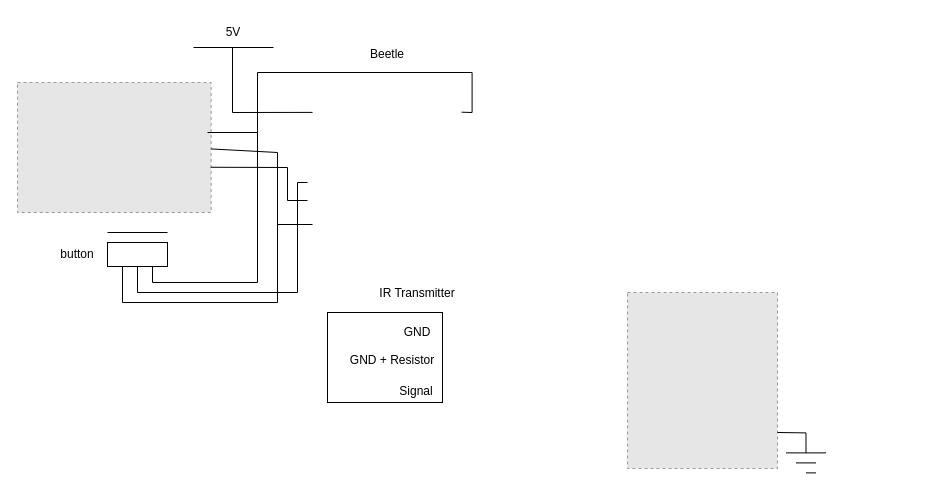
Before: page "figure 3" (3 of 3) of Untitled Diagram.drawio in e0425705/Notes, a draw.io diagram. Source tidied: cells renumbered, new cells numbered last; positions are measured from the earlier drawing's top-left corner, leaving out a move shared by most shapes. Both pictures are drawn from the tidied source at 100%, with x=0, y=0 at pixel (17, 17). Pictures stored in the file or linked from it are replaced by grey dashed boxes.
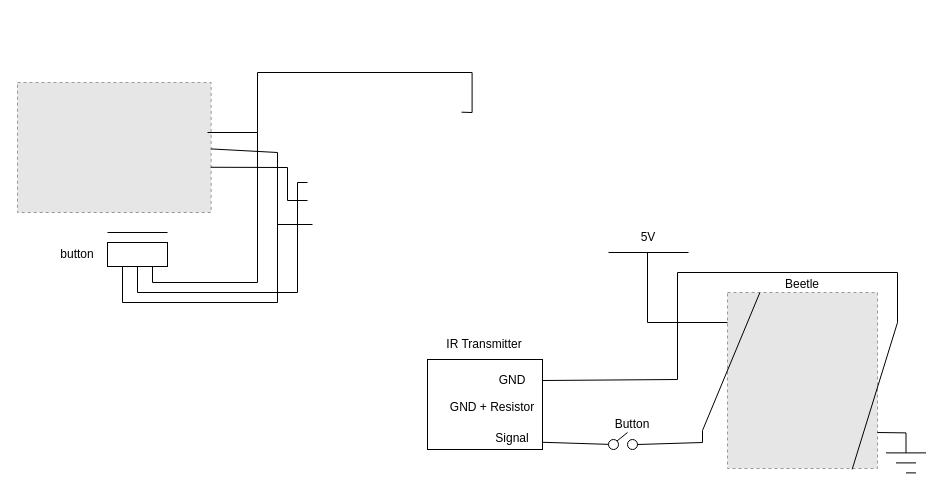
After the change.

What changed in the source:
```diff
@@
     <mxCell id="2" style="fillColor=#E6E6E6;strokeColor=#999999;dashed=1;verticalLabelPosition=bottom;labelBackgroundColor=default;verticalAlign=top;" parent="1" vertex="1">
-      <mxGeometry x="610" y="275" width="150" height="176" as="geometry" />
+      <mxGeometry x="710" y="275" width="150" height="176" as="geometry" />
     </mxCell>
@@
     <mxCell id="4" style="endArrow=none;html=1;rounded=0;" parent="1" edge="1">
       <mxGeometry relative="1" as="geometry">
-        <mxPoint x="176" y="30" as="sourcePoint" />
-        <mxPoint x="256" y="30" as="targetPoint" />
+        <mxPoint x="591" y="235" as="sourcePoint" />
+        <mxPoint x="671" y="235" as="targetPoint" />
       </mxGeometry>
     </mxCell>
-    <mxCell id="5" style="endArrow=none;html=1;rounded=0;exitX=0.83;exitY=0;exitDx=0;exitDy=0;exitPerimeter=0;" parent="1" edge="1">
+    <mxCell id="5" style="endArrow=none;html=1;rounded=0;" parent="1" edge="1">
       <mxGeometry relative="1" as="geometry">
-        <mxPoint x="295" y="94.9" as="sourcePoint" />
-        <mxPoint x="215" y="30" as="targetPoint" />
+        <mxPoint x="710" y="305" as="sourcePoint" />
+        <mxPoint x="630" y="235" as="targetPoint" />
         <Array as="points">
-          <mxPoint x="215" y="95" />
+          <mxPoint x="630" y="305" />
         </Array>
       </mxGeometry>
     </mxCell>
     <mxCell id="6" value="5V" style="text;html=1;strokeColor=none;fillColor=none;align=center;verticalAlign=middle;whiteSpace=wrap;rounded=0;" parent="1" vertex="1">
-      <mxGeometry x="186" width="60" height="30" as="geometry" />
+      <mxGeometry x="601" y="205" width="60" height="30" as="geometry" />
     </mxCell>
@@
     <mxCell id="8" style="endArrow=none;html=1;rounded=0;exitX=0.207;exitY=1.01;exitDx=0;exitDy=0;exitPerimeter=0;" parent="1" edge="1">
       <mxGeometry relative="1" as="geometry">
-        <mxPoint x="760" y="415" as="sourcePoint" />
-        <mxPoint x="788.5" y="435.4" as="targetPoint" />
+        <mxPoint x="860" y="415" as="sourcePoint" />
+        <mxPoint x="888.5" y="435.4" as="targetPoint" />
         <Array as="points">
-          <mxPoint x="788.5" y="415.4" />
+          <mxPoint x="888.5" y="415.4" />
         </Array>
       </mxGeometry>
     </mxCell>
     <mxCell id="9" style="endArrow=none;html=1;rounded=0;" parent="1" edge="1">
       <mxGeometry relative="1" as="geometry">
-        <mxPoint x="768.5" y="435.4" as="sourcePoint" />
-        <mxPoint x="808.5" y="435.4" as="targetPoint" />
+        <mxPoint x="868.5" y="435.4" as="sourcePoint" />
+        <mxPoint x="908.5" y="435.4" as="targetPoint" />
       </mxGeometry>
     </mxCell>
     <mxCell id="10" style="endArrow=none;html=1;rounded=0;" parent="1" edge="1">
       <mxGeometry relative="1" as="geometry">
-        <mxPoint x="778.5" y="445.4" as="sourcePoint" />
-        <mxPoint x="798.5" y="445.4" as="targetPoint" />
+        <mxPoint x="878.5" y="445.4" as="sourcePoint" />
+        <mxPoint x="898.5" y="445.4" as="targetPoint" />
       </mxGeometry>
     </mxCell>
     <mxCell id="11" style="endArrow=none;html=1;rounded=0;" parent="1" edge="1">
       <mxGeometry relative="1" as="geometry">
-        <mxPoint x="788.5" y="455.4" as="sourcePoint" />
-        <mxPoint x="798.5" y="455.4" as="targetPoint" />
+        <mxPoint x="888.5" y="455.4" as="sourcePoint" />
+        <mxPoint x="898.5" y="455.4" as="targetPoint" />
       </mxGeometry>
     </mxCell>
@@
     <mxCell id="20" value="Beetle" style="text;html=1;strokeColor=none;fillColor=none;align=center;verticalAlign=middle;whiteSpace=wrap;rounded=0;" parent="1" vertex="1">
-      <mxGeometry x="340" y="22" width="60" height="30" as="geometry" />
+      <mxGeometry x="755" y="252" width="60" height="30" as="geometry" />
     </mxCell>
     <mxCell id="21" value="IR Transmitter" style="text;html=1;strokeColor=none;fillColor=none;align=center;verticalAlign=middle;whiteSpace=wrap;rounded=0;" parent="1" vertex="1">
-      <mxGeometry x="343" y="261" width="114" height="30" as="geometry" />
+      <mxGeometry x="410" y="312" width="114" height="30" as="geometry" />
     </mxCell>
     <mxCell id="22" style="rounded=0;whiteSpace=wrap;html=1;" parent="1" vertex="1">
-      <mxGeometry x="310" y="295" width="115" height="90" as="geometry" />
+      <mxGeometry x="410" y="342" width="115" height="90" as="geometry" />
     </mxCell>
     <mxCell id="23" value="GND" style="text;html=1;strokeColor=none;fillColor=none;align=center;verticalAlign=middle;whiteSpace=wrap;rounded=0;" parent="1" vertex="1">
-      <mxGeometry x="370" y="300" width="60" height="30" as="geometry" />
+      <mxGeometry x="465" y="348" width="60" height="30" as="geometry" />
     </mxCell>
     <mxCell id="24" value="GND + Resistor" style="text;html=1;strokeColor=none;fillColor=none;align=center;verticalAlign=middle;whiteSpace=wrap;rounded=0;" parent="1" vertex="1">
-      <mxGeometry x="320" y="328" width="110" height="30" as="geometry" />
+      <mxGeometry x="420" y="375" width="110" height="30" as="geometry" />
     </mxCell>
     <mxCell id="25" value="Signal" style="text;html=1;strokeColor=none;fillColor=none;align=center;verticalAlign=middle;whiteSpace=wrap;rounded=0;" parent="1" vertex="1">
-      <mxGeometry x="369" y="359" width="60" height="30" as="geometry" />
+      <mxGeometry x="465" y="406" width="60" height="30" as="geometry" />
     </mxCell>
+    <mxCell id="26" style="endArrow=none;html=1;rounded=0;exitX=1;exitY=0.5;exitDx=0;exitDy=0;entryX=0.831;entryY=1.005;entryDx=0;entryDy=0;entryPerimeter=0;" parent="1" edge="1" source="23" target="2">
+      <mxGeometry relative="1" as="geometry">
+        <Array as="points">
+          <mxPoint x="660" y="362" />
+          <mxPoint x="660" y="255" />
+          <mxPoint x="880" y="255" />
+          <mxPoint x="880" y="305" />
+        </Array>
+      </mxGeometry>
+    </mxCell>
+    <mxCell id="27" style="endArrow=none;html=1;rounded=0;exitX=0.997;exitY=0.626;exitDx=0;exitDy=0;exitPerimeter=0;" parent="1" edge="1" source="25" target="28">
+      <mxGeometry relative="1" as="geometry" />
+    </mxCell>
+    <mxCell id="28" style="ellipse;whiteSpace=wrap;html=1;" parent="1" vertex="1">
+      <mxGeometry x="591" y="422" width="10" height="10" as="geometry" />
+    </mxCell>
+    <mxCell id="29" style="ellipse;whiteSpace=wrap;html=1;" parent="1" vertex="1">
+      <mxGeometry x="610" y="422" width="10" height="10" as="geometry" />
+    </mxCell>
+    <mxCell id="30" style="endArrow=none;html=1;rounded=0;exitX=1;exitY=0.5;exitDx=0;exitDy=0;entryX=0.216;entryY=0;entryDx=0;entryDy=0;entryPerimeter=0;" parent="1" edge="1" source="29" target="2">
+      <mxGeometry relative="1" as="geometry">
+        <Array as="points">
+          <mxPoint x="685" y="425" />
+          <mxPoint x="685" y="413" />
+        </Array>
+      </mxGeometry>
+    </mxCell>
+    <mxCell id="31" style="endArrow=none;html=1;rounded=0;exitX=1;exitY=0;exitDx=0;exitDy=0;" parent="1" edge="1" source="28">
+      <mxGeometry relative="1" as="geometry">
+        <mxPoint x="610" y="415" as="targetPoint" />
+      </mxGeometry>
+    </mxCell>
+    <mxCell id="32" value="Button" style="text;html=1;strokeColor=none;fillColor=none;align=center;verticalAlign=middle;whiteSpace=wrap;rounded=0;" parent="1" vertex="1">
+      <mxGeometry x="585" y="392" width="60" height="30" as="geometry" />
+    </mxCell>
```
